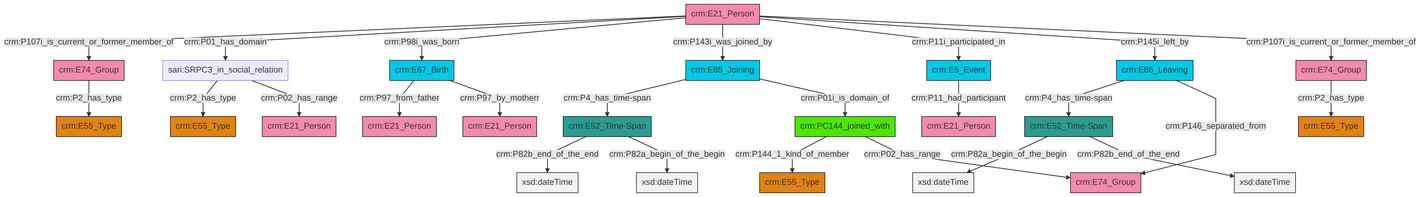
This is et/personCSV/ttl/mmd/png/Person_Actor_Relations.png from swiss-art-research-net/docs.swissartresearch, a Mermaid export, as it was before one commit. Its source is kept beside it as et/personCSV/ttl/mmd/Person_Actor_Relations.ttl.mmd.
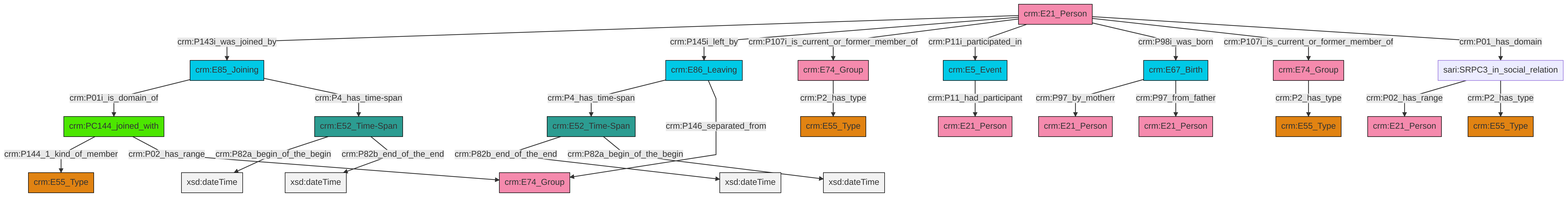
The same diagram one commit later.

What changed in the source:
```diff
@@ -13,27 +13,27 @@
 classDef PC_Classes fill:#4ce600, stroke:#000000;
 classDef Multi fill:#cccccc,stroke:#000000;
 
-2["crm:E86_Leaving"]:::Temporal_Entity -->|crm:P4_has_time-span| 3["crm:E52_Time-Span"]:::Time-Span
-4["crm:E5_Event"]:::Temporal_Entity -->|crm:P11_had_participant| 5["crm:E21_Person"]:::Actor
-3["crm:E52_Time-Span"]:::Time-Span -->|crm:P82a_begin_of_the_begin| 6[xsd:dateTime]:::Literal
-7["crm:E74_Group"]:::Actor -->|crm:P2_has_type| 8["crm:E55_Type"]:::Type
-2["crm:E86_Leaving"]:::Temporal_Entity -->|crm:P146_separated_from| 10["crm:E74_Group"]:::Actor
-15["crm:E21_Person"]:::Actor -->|crm:P107i_is_current_or_former_member_of| 16["crm:E74_Group"]:::Actor
-17["crm:E85_Joining"]:::Temporal_Entity -->|crm:P4_has_time-span| 18["crm:E52_Time-Span"]:::Time-Span
-15["crm:E21_Person"]:::Actor -->|crm:P01_has_domain| 21["sari:SRPC3_in_social_relation"]:::Default
-22["crm:E67_Birth"]:::Temporal_Entity -->|crm:P97_from_father| 23["crm:E21_Person"]:::Actor
-15["crm:E21_Person"]:::Actor -->|crm:P98i_was_born| 22["crm:E67_Birth"]:::Temporal_Entity
-21["sari:SRPC3_in_social_relation"]:::Default -->|crm:P2_has_type| 11["crm:E55_Type"]:::Type
-28["crm:PC144_joined_with"]:::PC_Classes -->|crm:P144_1_kind_of_member| 13["crm:E55_Type"]:::Type
-21["sari:SRPC3_in_social_relation"]:::Default -->|crm:P02_has_range| 29["crm:E21_Person"]:::Actor
-15["crm:E21_Person"]:::Actor -->|crm:P143i_was_joined_by| 17["crm:E85_Joining"]:::Temporal_Entity
-18["crm:E52_Time-Span"]:::Time-Span -->|crm:P82b_end_of_the_end| 38[xsd:dateTime]:::Literal
-18["crm:E52_Time-Span"]:::Time-Span -->|crm:P82a_begin_of_the_begin| 39[xsd:dateTime]:::Literal
-16["crm:E74_Group"]:::Actor -->|crm:P2_has_type| 0["crm:E55_Type"]:::Type
-28["crm:PC144_joined_with"]:::PC_Classes -->|crm:P02_has_range| 10["crm:E74_Group"]:::Actor
-15["crm:E21_Person"]:::Actor -->|crm:P11i_participated_in| 4["crm:E5_Event"]:::Temporal_Entity
-3["crm:E52_Time-Span"]:::Time-Span -->|crm:P82b_end_of_the_end| 42[xsd:dateTime]:::Literal
-15["crm:E21_Person"]:::Actor -->|crm:P145i_left_by| 2["crm:E86_Leaving"]:::Temporal_Entity
-15["crm:E21_Person"]:::Actor -->|crm:P107i_is_current_or_former_member_of| 7["crm:E74_Group"]:::Actor
-22["crm:E67_Birth"]:::Temporal_Entity -->|crm:P97_by_motherr| 25["crm:E21_Person"]:::Actor
-17["crm:E85_Joining"]:::Temporal_Entity -->|crm:P01i_is_domain_of| 28["crm:PC144_joined_with"]:::PC_Classes
+4["crm:E67_Birth"]:::Temporal_Entity -->|crm:P97_by_motherr| 6["crm:E21_Person"]:::Actor
+7["sari:SRPC3_in_social_relation"]:::Default -->|crm:P02_has_range| 8["crm:E21_Person"]:::Actor
+11["crm:E74_Group"]:::Actor -->|crm:P2_has_type| 0["crm:E55_Type"]:::Type
+13["crm:E21_Person"]:::Actor -->|crm:P143i_was_joined_by| 14["crm:E85_Joining"]:::Temporal_Entity
+13["crm:E21_Person"]:::Actor -->|crm:P145i_left_by| 15["crm:E86_Leaving"]:::Temporal_Entity
+7["sari:SRPC3_in_social_relation"]:::Default -->|crm:P2_has_type| 9["crm:E55_Type"]:::Type
+2["crm:E52_Time-Span"]:::Time-Span -->|crm:P82a_begin_of_the_begin| 16[xsd:dateTime]:::Literal
+18["crm:PC144_joined_with"]:::PC_Classes -->|crm:P144_1_kind_of_member| 19["crm:E55_Type"]:::Type
+24["crm:E52_Time-Span"]:::Time-Span -->|crm:P82b_end_of_the_end| 25[xsd:dateTime]:::Literal
+4["crm:E67_Birth"]:::Temporal_Entity -->|crm:P97_from_father| 28["crm:E21_Person"]:::Actor
+26["crm:E74_Group"]:::Actor -->|crm:P2_has_type| 20["crm:E55_Type"]:::Type
+13["crm:E21_Person"]:::Actor -->|crm:P107i_is_current_or_former_member_of| 26["crm:E74_Group"]:::Actor
+18["crm:PC144_joined_with"]:::PC_Classes -->|crm:P02_has_range| 36["crm:E74_Group"]:::Actor
+13["crm:E21_Person"]:::Actor -->|crm:P11i_participated_in| 34["crm:E5_Event"]:::Temporal_Entity
+14["crm:E85_Joining"]:::Temporal_Entity -->|crm:P01i_is_domain_of| 18["crm:PC144_joined_with"]:::PC_Classes
+24["crm:E52_Time-Span"]:::Time-Span -->|crm:P82a_begin_of_the_begin| 39[xsd:dateTime]:::Literal
+13["crm:E21_Person"]:::Actor -->|crm:P98i_was_born| 4["crm:E67_Birth"]:::Temporal_Entity
+2["crm:E52_Time-Span"]:::Time-Span -->|crm:P82b_end_of_the_end| 40[xsd:dateTime]:::Literal
+15["crm:E86_Leaving"]:::Temporal_Entity -->|crm:P4_has_time-span| 24["crm:E52_Time-Span"]:::Time-Span
+13["crm:E21_Person"]:::Actor -->|crm:P107i_is_current_or_former_member_of| 11["crm:E74_Group"]:::Actor
+13["crm:E21_Person"]:::Actor -->|crm:P01_has_domain| 7["sari:SRPC3_in_social_relation"]:::Default
+14["crm:E85_Joining"]:::Temporal_Entity -->|crm:P4_has_time-span| 2["crm:E52_Time-Span"]:::Time-Span
+34["crm:E5_Event"]:::Temporal_Entity -->|crm:P11_had_participant| 29["crm:E21_Person"]:::Actor
+15["crm:E86_Leaving"]:::Temporal_Entity -->|crm:P146_separated_from| 36["crm:E74_Group"]:::Actor
```
